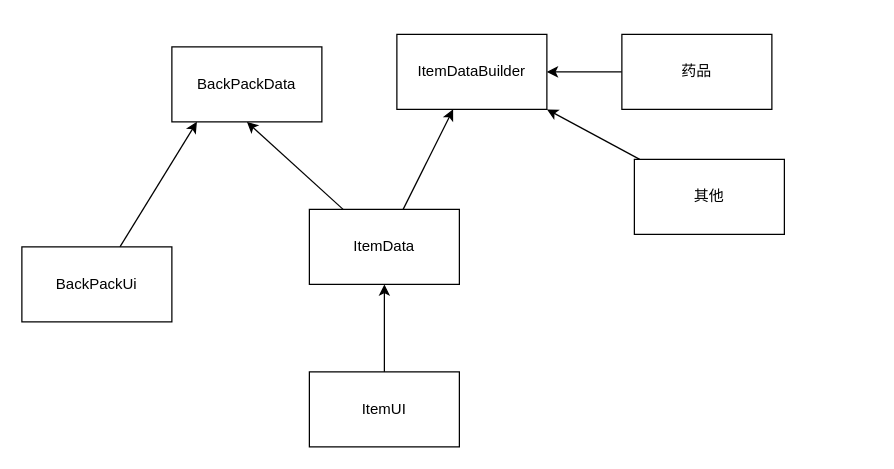
zuiyu1998/zuiyu1998.github.io keeps this draw.io diagram as content/godot_backpack/drawios/bacpack.drawio. Above is the earlier version. Source tidied: cells renumbered, new cells numbered last; positions are measured from the earlier drawing's top-left corner, leaving out a move shared by most shapes. Both pictures are drawn from the tidied source at 125%, with x=0, y=0 at pixel (21, 34).
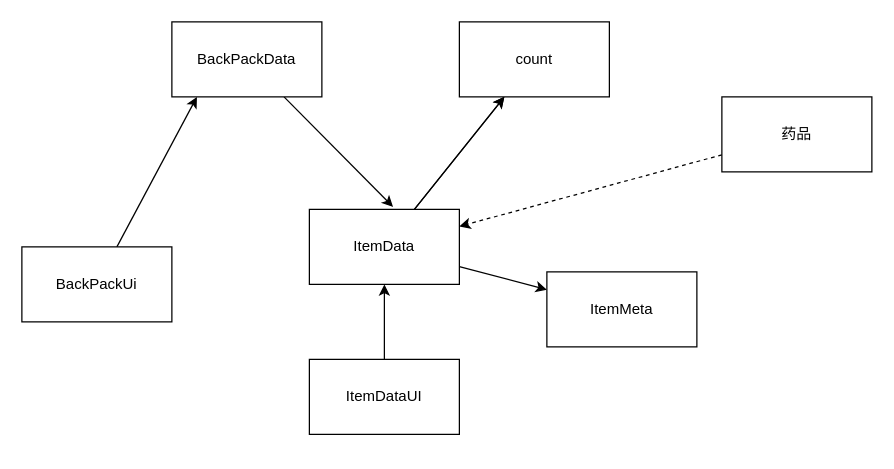
Above is the later version.

Commit message (it also covers changes not shown here):
fix: 背包系统设计

The edit, as a diff of the source:
```diff
@@
 <mxGraphModel>
   <root>
     <mxCell id="0" />
     <mxCell id="1" parent="0" />
-    <mxCell id="2" style="edgeStyle=none;html=1;" parent="1" edge="1" source="4" target="5">
-      <mxGeometry relative="1" as="geometry" />
-    </mxCell>
-    <mxCell id="3" style="edgeStyle=none;html=1;" parent="1" edge="1" source="4">
-      <mxGeometry relative="1" as="geometry">
-        <mxPoint x="180" y="70" as="targetPoint" />
-      </mxGeometry>
-    </mxCell>
+    <mxCell id="15" style="edgeStyle=none;html=1;" parent="1" edge="1" source="4" target="19">
+      <mxGeometry relative="1" as="geometry" />
+    </mxCell>
+    <mxCell id="16" style="edgeStyle=none;html=1;" parent="1" edge="1" source="4" target="19">
+      <mxGeometry relative="1" as="geometry" />
+    </mxCell>
+    <mxCell id="17" style="edgeStyle=none;html=1;" parent="1" edge="1" source="4" target="20">
+      <mxGeometry relative="1" as="geometry" />
+    </mxCell>
     <mxCell id="4" value="ItemData" style="rounded=0;whiteSpace=wrap;html=1;" parent="1" vertex="1">
       <mxGeometry x="230" y="140" width="120" height="60" as="geometry" />
     </mxCell>
-    <mxCell id="5" value="ItemDataBuilder" style="rounded=0;whiteSpace=wrap;html=1;" parent="1" vertex="1">
-      <mxGeometry x="300" width="120" height="60" as="geometry" />
-    </mxCell>
+    <mxCell id="18" style="edgeStyle=none;html=1;entryX=0.558;entryY=-0.033;entryDx=0;entryDy=0;entryPerimeter=0;" parent="1" edge="1" source="6" target="4">
+      <mxGeometry relative="1" as="geometry" />
+    </mxCell>
     <mxCell id="6" value="BackPackData" style="rounded=0;whiteSpace=wrap;html=1;" parent="1" vertex="1">
-      <mxGeometry x="120" y="10" width="120" height="60" as="geometry" />
+      <mxGeometry x="120" y="-10" width="120" height="60" as="geometry" />
     </mxCell>
     <mxCell id="7" style="edgeStyle=none;html=1;entryX=0.5;entryY=1;entryDx=0;entryDy=0;" parent="1" edge="1" source="8" target="4">
       <mxGeometry relative="1" as="geometry" />
     </mxCell>
-    <mxCell id="8" value="ItemUI" style="rounded=0;whiteSpace=wrap;html=1;" parent="1" vertex="1">
-      <mxGeometry x="230" y="270" width="120" height="60" as="geometry" />
+    <mxCell id="8" value="ItemDataUI" style="rounded=0;whiteSpace=wrap;html=1;" parent="1" vertex="1">
+      <mxGeometry x="230" y="260" width="120" height="60" as="geometry" />
     </mxCell>
-    <mxCell id="9" style="edgeStyle=none;html=1;" parent="1" edge="1" source="10" target="5">
-      <mxGeometry relative="1" as="geometry" />
-    </mxCell>
-    <mxCell id="10" value="药品" style="rounded=0;whiteSpace=wrap;html=1;" parent="1" vertex="1">
-      <mxGeometry x="480" width="120" height="60" as="geometry" />
-    </mxCell>
-    <mxCell id="11" style="edgeStyle=none;html=1;entryX=1;entryY=1;entryDx=0;entryDy=0;" parent="1" edge="1" source="12" target="5">
-      <mxGeometry relative="1" as="geometry" />
-    </mxCell>
-    <mxCell id="12" value="其他" style="rounded=0;whiteSpace=wrap;html=1;" parent="1" vertex="1">
-      <mxGeometry x="490" y="100" width="120" height="60" as="geometry" />
-    </mxCell>
     <mxCell id="13" style="edgeStyle=none;html=1;entryX=0.167;entryY=1;entryDx=0;entryDy=0;entryPerimeter=0;" parent="1" edge="1" source="14" target="6">
       <mxGeometry relative="1" as="geometry" />
     </mxCell>
     <mxCell id="14" value="BackPackUi" style="rounded=0;whiteSpace=wrap;html=1;" parent="1" vertex="1">
       <mxGeometry y="170" width="120" height="60" as="geometry" />
     </mxCell>
+    <mxCell id="19" value="count" style="whiteSpace=wrap;html=1;rounded=0;" parent="1" vertex="1">
+      <mxGeometry x="350" y="-10" width="120" height="60" as="geometry" />
+    </mxCell>
+    <mxCell id="20" value="ItemMeta" style="whiteSpace=wrap;html=1;rounded=0;" parent="1" vertex="1">
+      <mxGeometry x="420" y="190" width="120" height="60" as="geometry" />
+    </mxCell>
+    <mxCell id="21" style="edgeStyle=none;html=1;dashed=1;" parent="1" edge="1" source="10" target="4">
+      <mxGeometry relative="1" as="geometry" />
+    </mxCell>
+    <mxCell id="10" value="药品" style="rounded=0;whiteSpace=wrap;html=1;" parent="1" vertex="1">
+      <mxGeometry x="560" y="50" width="120" height="60" as="geometry" />
+    </mxCell>
   </root>
 </mxGraphModel>
```
